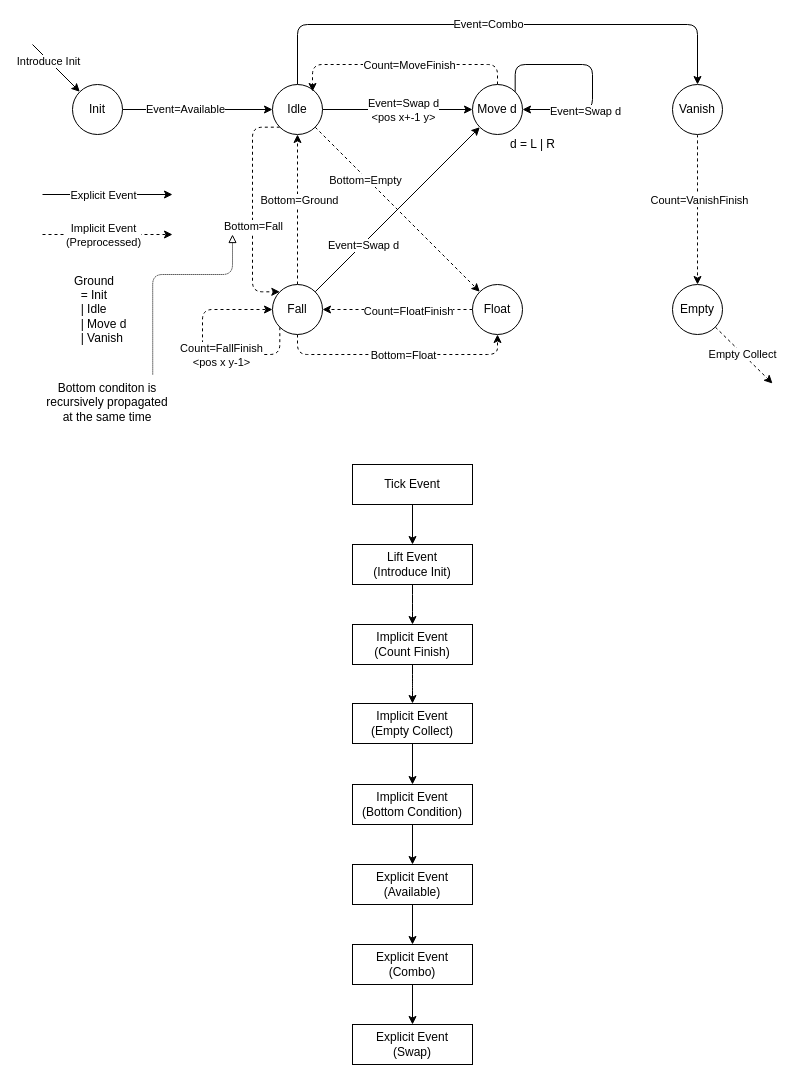
matonix/panepon keeps this draw.io diagram as panel.drawio. Above is the earlier version. Source tidied: cells renumbered, new cells numbered last; positions are measured from the earlier drawing's top-left corner, leaving out a move shared by most shapes. Both pictures are drawn from the tidied source at 100%, with x=0, y=0 at pixel (32, 24).
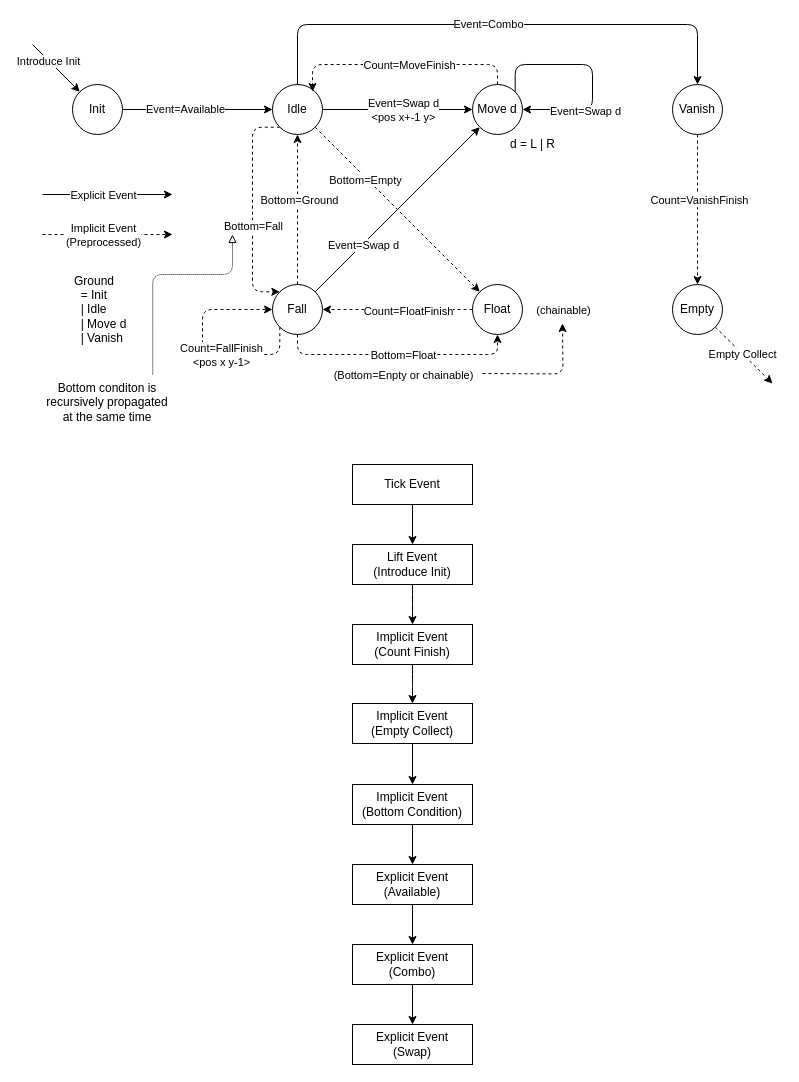
Above is the later version.

The edit, as a diff of the source:
```diff
@@
+    <mxCell id="62" value="(Bottom=Enpty or chainable)" style="edgeLabel;html=1;align=center;verticalAlign=middle;" parent="1" vertex="1">
+      <mxGeometry x="370" y="350" as="geometry" />
+    </mxCell>
+    <mxCell id="63" value="(chainable)" style="edgeLabel;html=1;align=center;verticalAlign=middle;" parent="1" vertex="1">
+      <mxGeometry x="530" y="285" as="geometry" />
+    </mxCell>
+    <mxCell id="64" style="edgeStyle=orthogonalEdgeStyle;orthogonalLoop=1;jettySize=auto;html=1;rounded=1;dashed=1;" parent="1" edge="1">
+      <mxGeometry relative="1" as="geometry">
+        <mxPoint x="450" y="349" as="sourcePoint" />
+        <mxPoint x="530" y="299" as="targetPoint" />
+      </mxGeometry>
+    </mxCell>
```
